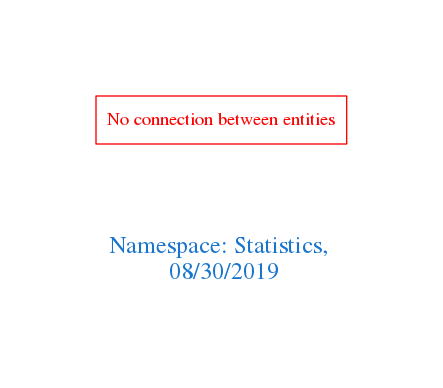
The Graphviz diagram downloads/Statistics.png in arago/OGIT, before a commit. Its source is kept beside it as downloads/Statistics.dot.
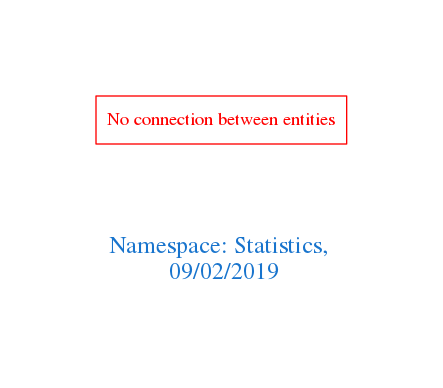
After the change.

What changed in the source:
```diff
@@ -1,7 +1,7 @@
 digraph OGIT_ontology {
  graph [ rankdir= LR,pad=1
 fontsize = 18,
-fontcolor= dodgerblue3,label = "\n\n\nNamespace: Statistics, \n 08/30/2019"];
+fontcolor= dodgerblue3,label = "\n\n\nNamespace: Statistics, \n 09/02/2019"];
 node[shape=polygon];
 edge [  color="gray81"];
 
```
